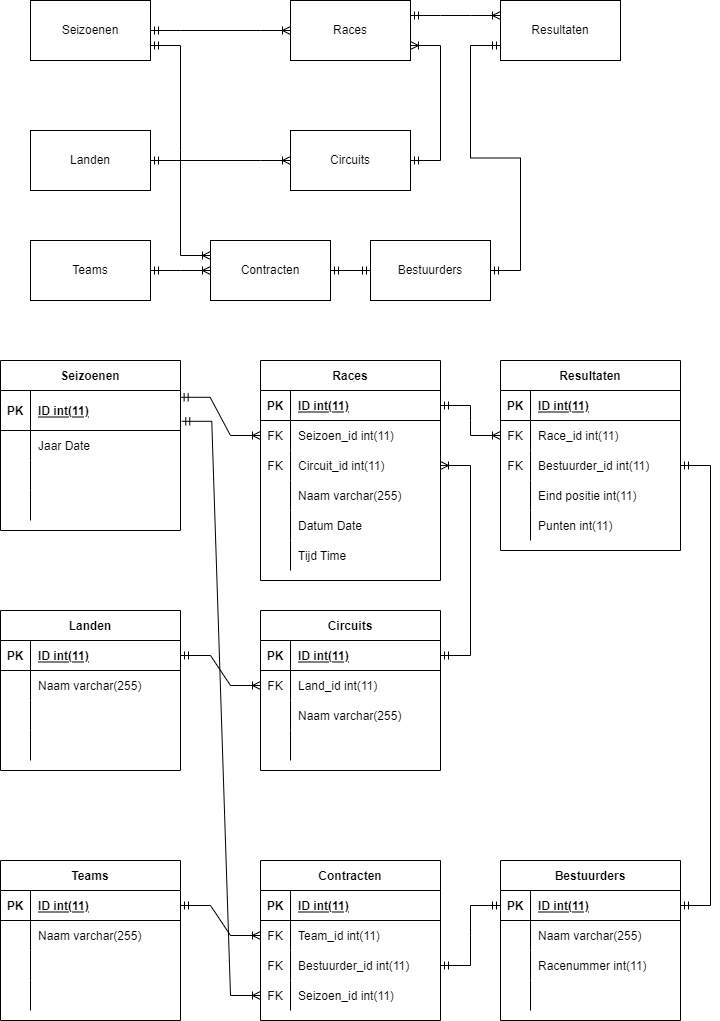
PeterVanKampen7/AO-B7-ERD keeps this draw.io diagram as F1 ERD.drawio.png. Above is the earlier version. Source tidied: cells renumbered, new cells last; positions are measured from the earlier drawing's top-left corner, leaving out a move shared by most shapes.
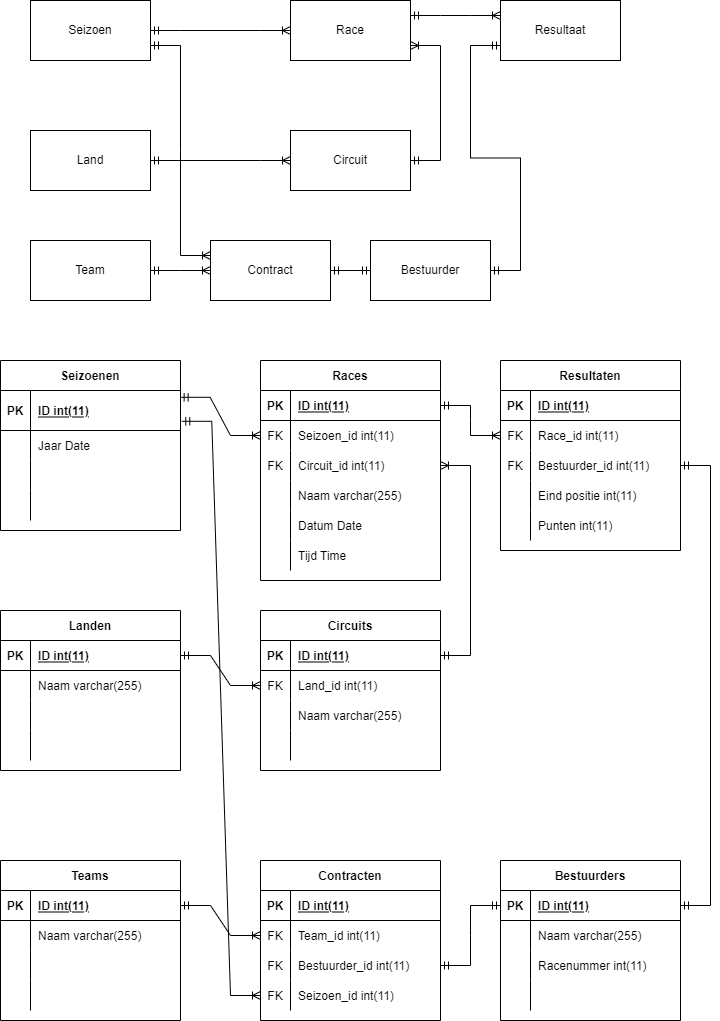
The same diagram one commit later.

Change to the diagram source:
```diff
@@ -2,28 +2,28 @@
   <root>
     <mxCell id="0" />
     <mxCell id="1" parent="0" />
-    <mxCell id="2" value="Seizoenen" style="rounded=0;whiteSpace=wrap;html=1;" parent="1" vertex="1">
+    <mxCell id="2" value="Seizoen" style="rounded=0;whiteSpace=wrap;html=1;" parent="1" vertex="1">
       <mxGeometry x="30" width="120" height="60" as="geometry" />
     </mxCell>
-    <mxCell id="3" value="Races" style="rounded=0;whiteSpace=wrap;html=1;" parent="1" vertex="1">
+    <mxCell id="3" value="Race" style="rounded=0;whiteSpace=wrap;html=1;" parent="1" vertex="1">
       <mxGeometry x="290" width="120" height="60" as="geometry" />
     </mxCell>
-    <mxCell id="4" value="Bestuurders" style="rounded=0;whiteSpace=wrap;html=1;" parent="1" vertex="1">
+    <mxCell id="4" value="Bestuurder" style="rounded=0;whiteSpace=wrap;html=1;" parent="1" vertex="1">
       <mxGeometry x="370" y="240" width="120" height="60" as="geometry" />
     </mxCell>
-    <mxCell id="5" value="Contracten" style="rounded=0;whiteSpace=wrap;html=1;" parent="1" vertex="1">
+    <mxCell id="5" value="Contract" style="rounded=0;whiteSpace=wrap;html=1;" parent="1" vertex="1">
       <mxGeometry x="210" y="240" width="120" height="60" as="geometry" />
     </mxCell>
-    <mxCell id="6" value="Teams" style="rounded=0;whiteSpace=wrap;html=1;" parent="1" vertex="1">
+    <mxCell id="6" value="Team" style="rounded=0;whiteSpace=wrap;html=1;" parent="1" vertex="1">
       <mxGeometry x="30" y="240" width="120" height="60" as="geometry" />
     </mxCell>
-    <mxCell id="7" value="Circuits" style="rounded=0;whiteSpace=wrap;html=1;" parent="1" vertex="1">
+    <mxCell id="7" value="Circuit" style="rounded=0;whiteSpace=wrap;html=1;" parent="1" vertex="1">
       <mxGeometry x="290" y="130" width="120" height="60" as="geometry" />
     </mxCell>
-    <mxCell id="8" value="Landen" style="rounded=0;whiteSpace=wrap;html=1;" parent="1" vertex="1">
+    <mxCell id="8" value="Land" style="rounded=0;whiteSpace=wrap;html=1;" parent="1" vertex="1">
       <mxGeometry x="30" y="130" width="120" height="60" as="geometry" />
     </mxCell>
-    <mxCell id="9" value="Resultaten" style="rounded=0;whiteSpace=wrap;html=1;" parent="1" vertex="1">
+    <mxCell id="9" value="Resultaat" style="rounded=0;whiteSpace=wrap;html=1;" parent="1" vertex="1">
       <mxGeometry x="500" width="120" height="60" as="geometry" />
     </mxCell>
     <mxCell id="10" style="edgeStyle=entityRelationEdgeStyle;fontSize=12;html=1;endArrow=ERoneToMany;startArrow=ERmandOne;rounded=0;exitX=1;exitY=0.5;exitDx=0;exitDy=0;entryX=0;entryY=0.5;entryDx=0;entryDy=0;" parent="1" edge="1" source="2" target="3">
```
